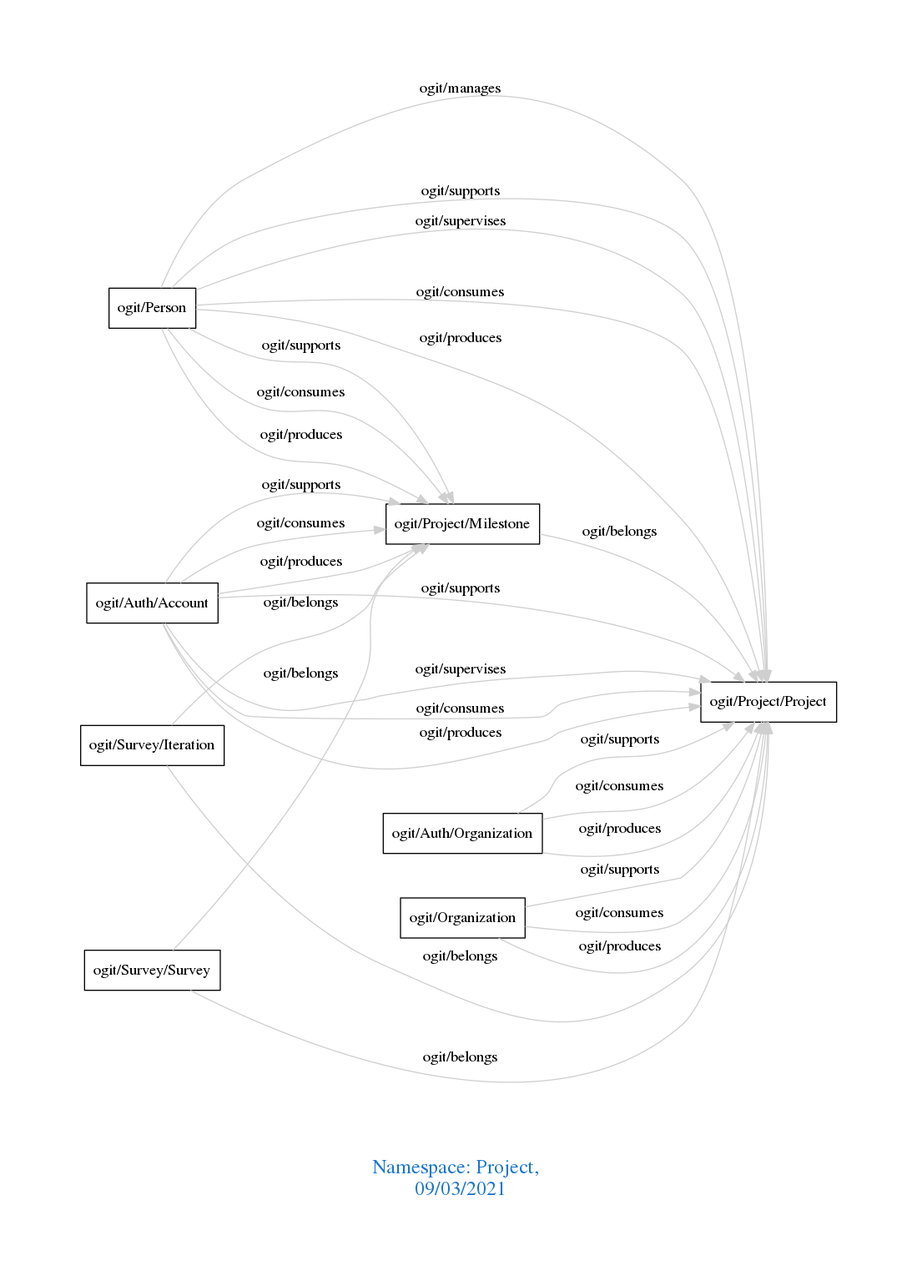
The Graphviz diagram downloads/Project.png in arago/OGIT, before a commit. Its source is kept beside it as downloads/Project.dot.
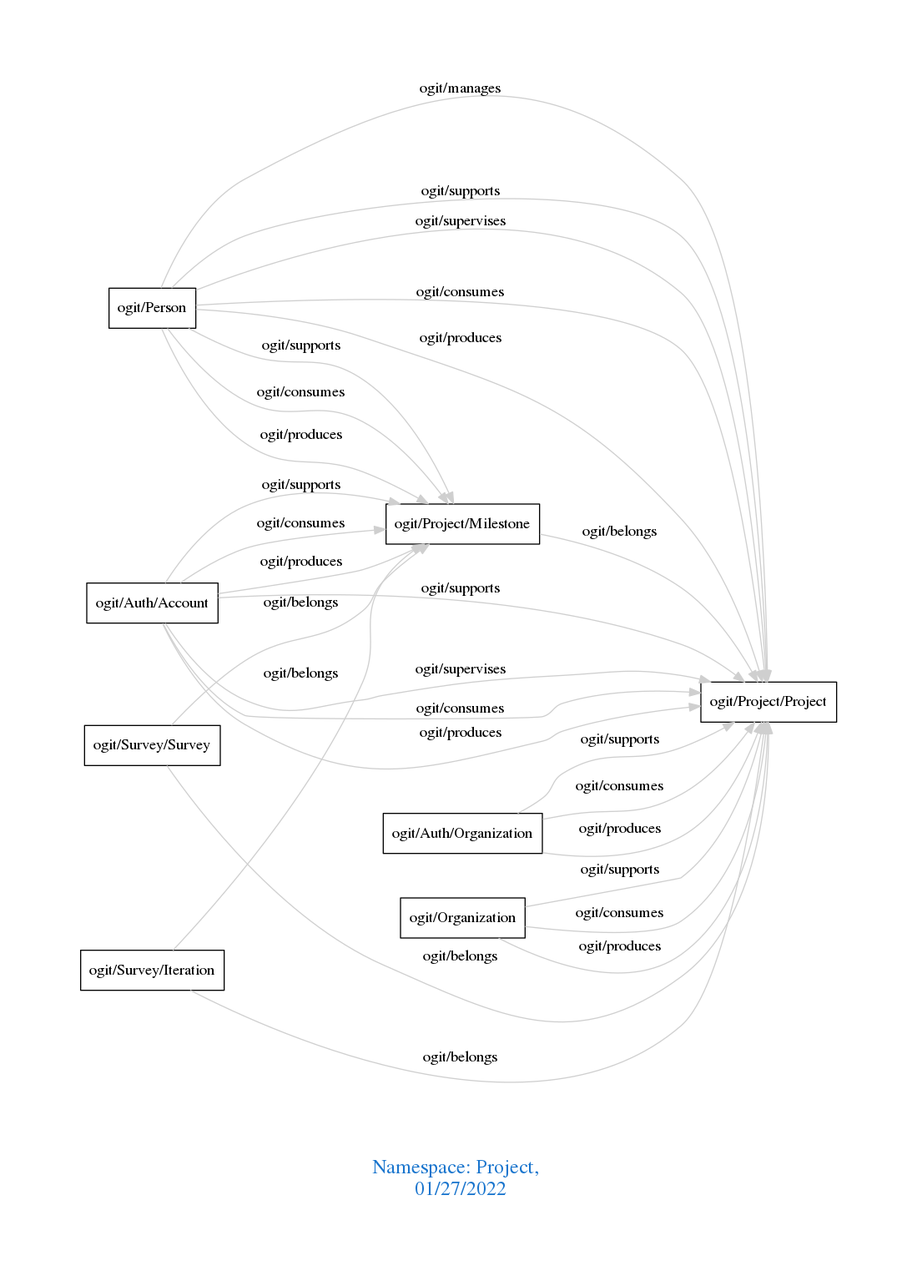
After the change.

Change to the diagram source:
```diff
@@ -1,7 +1,7 @@
 digraph OGIT_ontology {
  graph [ rankdir= LR,pad=1
 fontsize = 18,
-fontcolor= dodgerblue3,label = "\n\n\nNamespace: Project, \n 09/03/2021"];
+fontcolor= dodgerblue3,label = "\n\n\nNamespace: Project, \n 01/27/2022"];
 node[shape=polygon];
 edge [  color="gray81"];
 
@@ -27,8 +27,8 @@
    "ogit/Person" -> "ogit/Project/Milestone" [label="   ogit/produces    "];
    "ogit/Person" -> "ogit/Project/Project" [label="   ogit/produces    "];
    "ogit/Project/Milestone" -> "ogit/Project/Project" [label="   ogit/belongs    "];
+   "ogit/Survey/Survey" -> "ogit/Project/Milestone" [label="   ogit/belongs    "];
+   "ogit/Survey/Survey" -> "ogit/Project/Project" [label="   ogit/belongs    "];
    "ogit/Survey/Iteration" -> "ogit/Project/Milestone" [label="   ogit/belongs    "];
    "ogit/Survey/Iteration" -> "ogit/Project/Project" [label="   ogit/belongs    "];
-   "ogit/Survey/Survey" -> "ogit/Project/Milestone" [label="   ogit/belongs    "];
-   "ogit/Survey/Survey" -> "ogit/Project/Project" [label="   ogit/belongs    "];
 }
```
